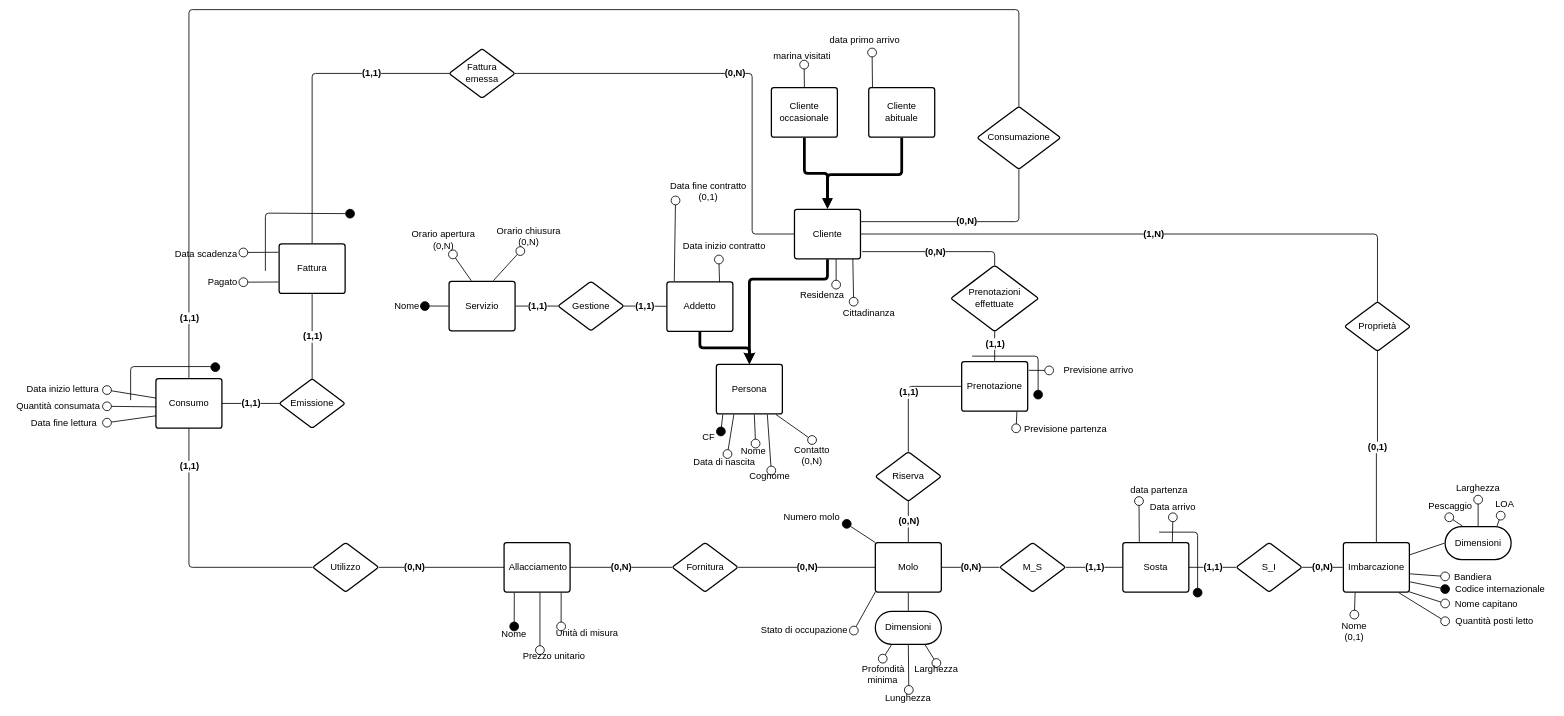
The draw.io diagram page "Concettuale ridotto" (4 of 4) of src_relazione_tex/Er.drawio in alessandro-massarenti/Progetto-basi-di-dati-2022, before the edit. Source tidied: cells renumbered, new cells numbered last; positions are measured from the earlier drawing's top-left corner, leaving out a move shared by most shapes. Both pictures are drawn from the tidied source at 55%, with x=0, y=0 at pixel (9, 9).
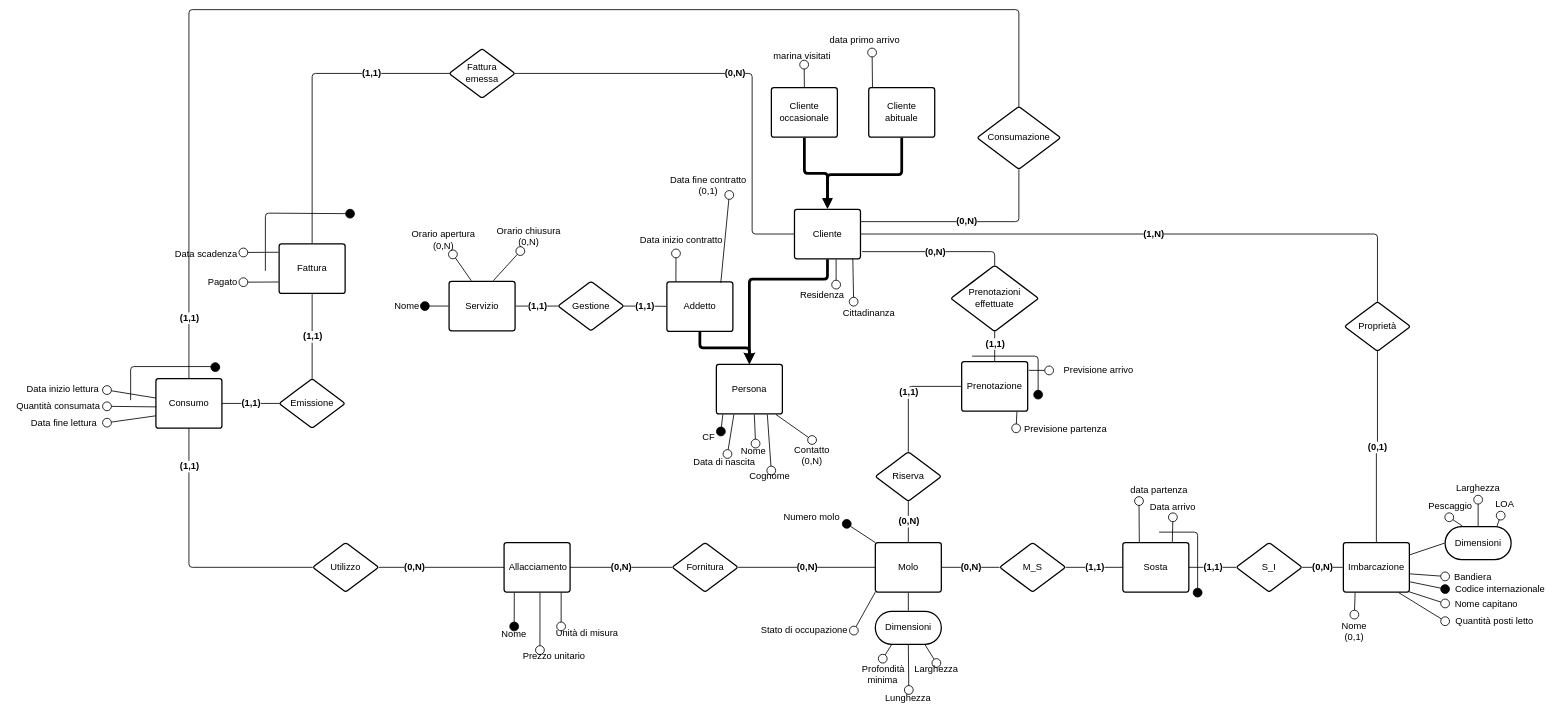
The same page after the edit.

Commit message:
Risolve il concettuale relativamente alla issue #13

The change refers to these unchanged cells:
```xml
<mxCell id="37" value="Addetto" style="html=1;overflow=block;blockSpacing=1;whiteSpace=wrap;fontSize=17;fontColor=#000000;spacing=9;strokeColor=#000000;strokeOpacity=100;rounded=1;absoluteArcSize=1;arcSize=9;strokeWidth=2.3;" parent="1" vertex="1">
  <mxGeometry x="1195" y="495" width="120" height="90" as="geometry" />
</mxCell>
```

What changed in the source:
```diff
@@
     <mxCell id="2" value="Data inizio contratto" style="html=1;overflow=block;blockSpacing=1;whiteSpace=wrap;fontSize=17;fontColor=#000000;spacing=0;fillColor=#ffffff;strokeWidth=1.5;strokeColor=none;" parent="1" vertex="1">
-      <mxGeometry x="1218" y="410" width="163" height="40" as="geometry" />
+      <mxGeometry x="1140" y="399" width="163" height="40" as="geometry" />
     </mxCell>
@@
     <mxCell id="13" value="Data fine contratto&#10;(0,1)" style="html=1;overflow=block;blockSpacing=1;whiteSpace=wrap;fontSize=17;fontColor=#000000;spacing=0;fillColor=#ffffff;strokeWidth=1.5;strokeColor=none;" parent="1" vertex="1">
-      <mxGeometry x="1195" y="310" width="151" height="37" as="geometry" />
+      <mxGeometry x="1195.2" y="300" width="151" height="37" as="geometry" />
     </mxCell>
@@
-    <mxCell id="84" style="html=1;jettySize=18;whiteSpace=wrap;fontSize=17;strokeColor=#000000;strokeWidth=1.5;rounded=1;arcSize=12;startArrow=none;endArrow=oval;endFill=0;endSize=16;entryX=0.439;entryY=1.108;entryPerimeter=0;entryDx=0;entryDy=0;exitX=0.798;exitY=0.009;exitDx=0;exitDy=0;exitPerimeter=0;" parent="1" edge="1" source="37" target="2">
+    <mxCell id="84" style="html=1;jettySize=18;whiteSpace=wrap;fontSize=17;strokeColor=#000000;strokeWidth=1.5;rounded=1;arcSize=12;startArrow=none;endArrow=oval;endFill=0;endSize=16;entryX=0.439;entryY=1.108;entryPerimeter=0;entryDx=0;entryDy=0;exitX=0.137;exitY=0;exitDx=0;exitDy=0;exitPerimeter=0;" parent="1" edge="1" source="37" target="2">
       <mxGeometry relative="1" as="geometry" />
     </mxCell>
@@
-    <mxCell id="105" style="html=1;jettySize=18;whiteSpace=wrap;fontSize=17;strokeColor=#000000;strokeWidth=1.5;rounded=1;arcSize=12;startArrow=none;endArrow=oval;endFill=0;endSize=16;exitX=0.112;exitY=-0.018;exitPerimeter=0;entryX=0.104;entryY=1;entryPerimeter=0;exitDx=0;exitDy=0;" parent="1" edge="1" source="37" target="13">
+    <mxCell id="105" style="html=1;jettySize=18;whiteSpace=wrap;fontSize=17;strokeColor=#000000;strokeWidth=1.5;rounded=1;arcSize=12;startArrow=none;endArrow=oval;endFill=0;endSize=16;exitX=0.817;exitY=0.018;exitPerimeter=0;entryX=0.75;entryY=1;exitDx=0;exitDy=0;entryDx=0;entryDy=0;" parent="1" edge="1" source="37" target="13">
       <mxGeometry relative="1" as="geometry" />
     </mxCell>
```
